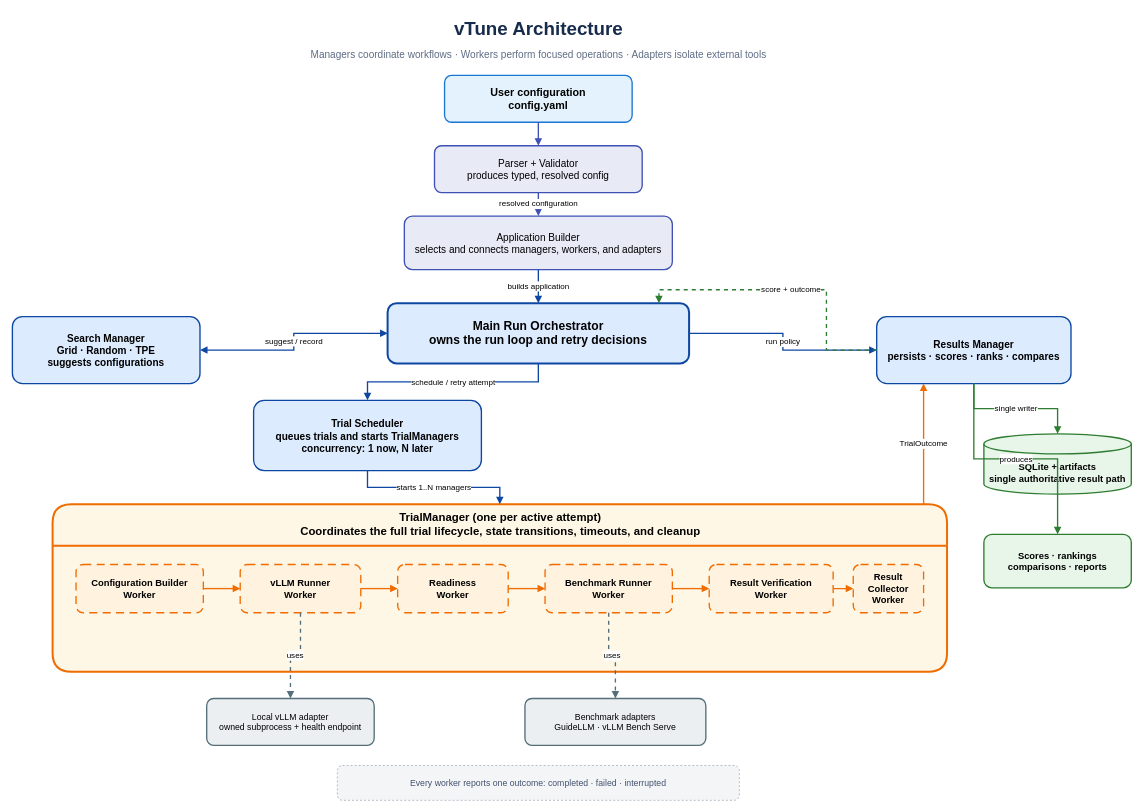
This is docs/vtune-architecture.drawio from brtydse100/vTune, a draw.io file, before an edit. Source tidied: cells renumbered, new cells numbered last; positions are measured from the earlier drawing's top-left corner, leaving out a move shared by most shapes. Both pictures are drawn from the tidied source at 67%, with x=0, y=0 at pixel (12, 11).
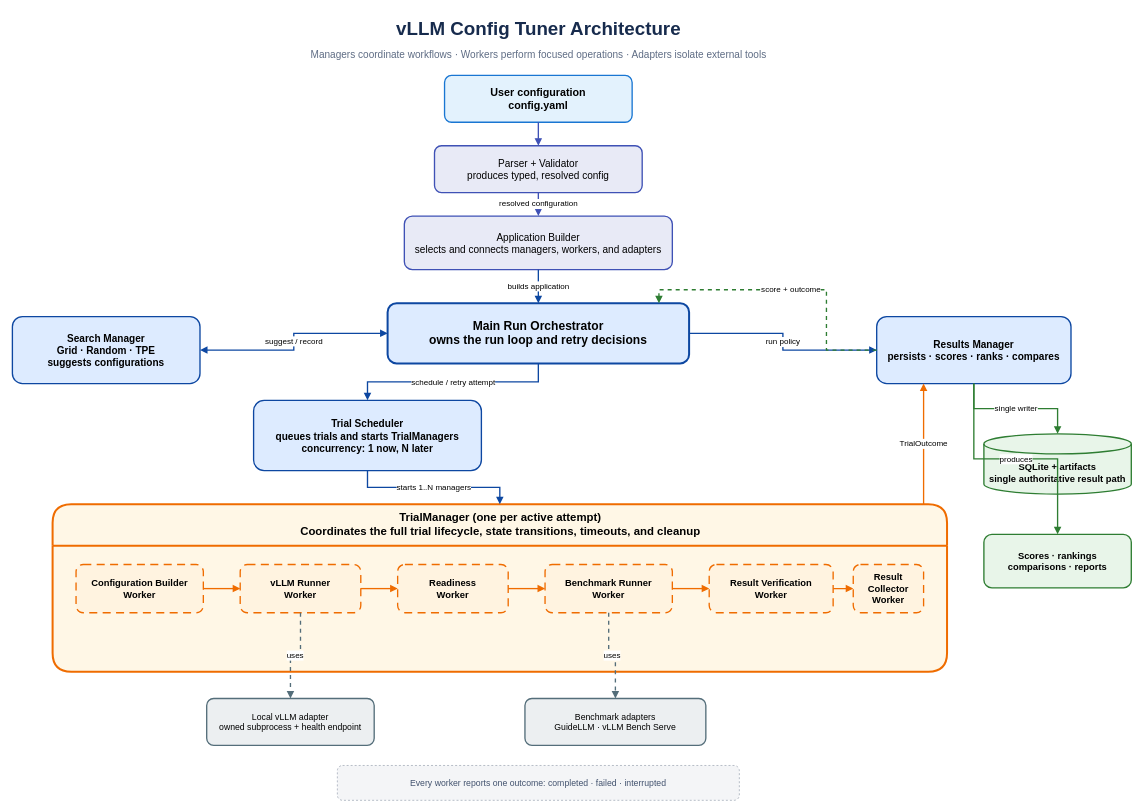
After the change.

The edit, as a diff of the source:
```diff
@@
-    <mxCell id="2" value="vTune Architecture" style="text;html=1;align=center;verticalAlign=middle;fontSize=28;fontStyle=1;fontColor=#172B4D;" parent="1" vertex="1">
+    <mxCell id="2" value="vLLM Config Tuner Architecture" style="text;html=1;align=center;verticalAlign=middle;fontSize=28;fontStyle=1;fontColor=#172B4D;" parent="1" vertex="1">
       <mxGeometry x="465" width="640" height="50" as="geometry" />
     </mxCell>
```
